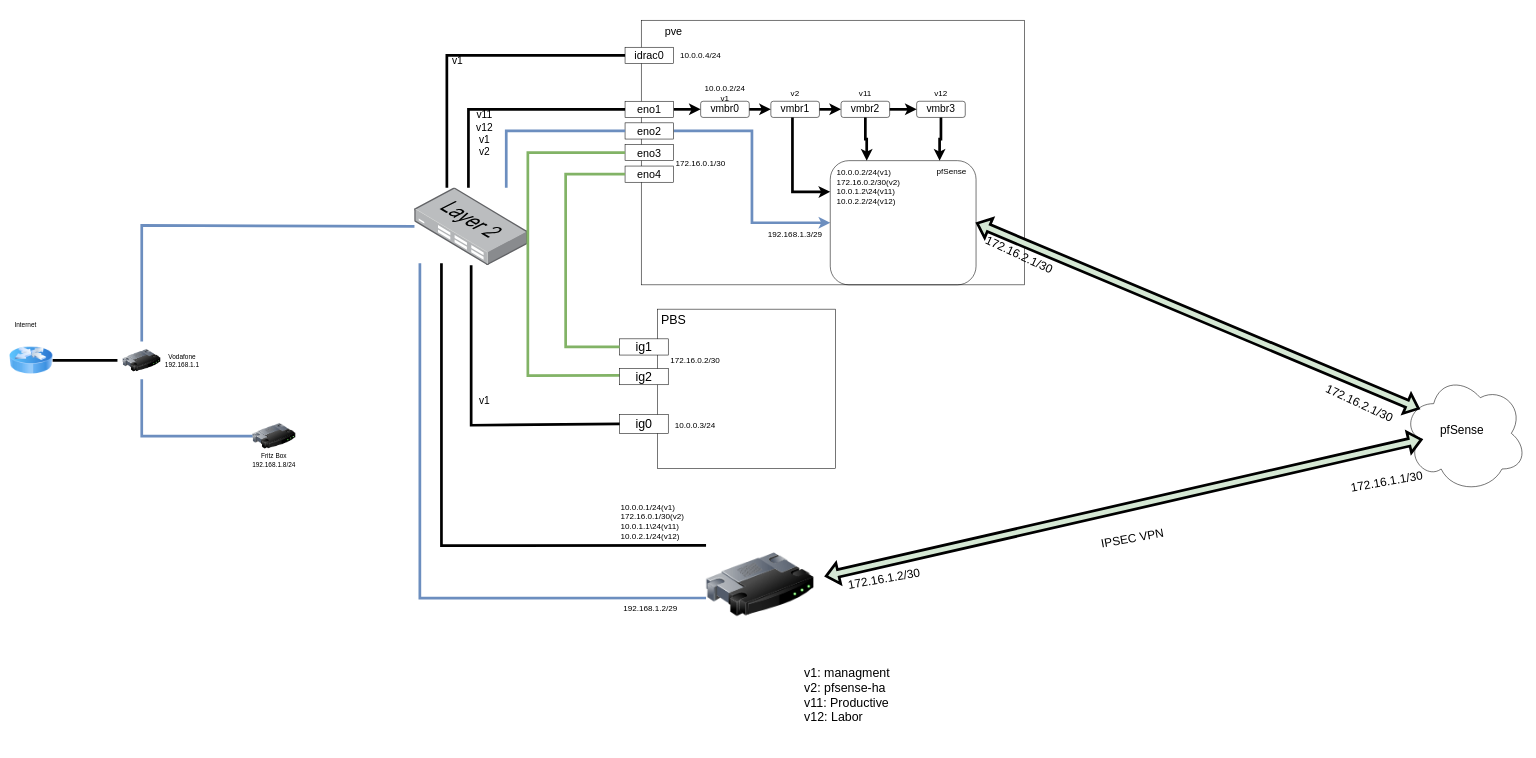
Before: Untitled Diagram.drawio in lucpfi/homelab, a draw.io diagram. Source tidied: cells renumbered, new cells numbered last; positions are measured from the earlier drawing's top-left corner, leaving out a move shared by most shapes. Both pictures are drawn from the tidied source at 54%, with x=0, y=0 at pixel (9, 9).
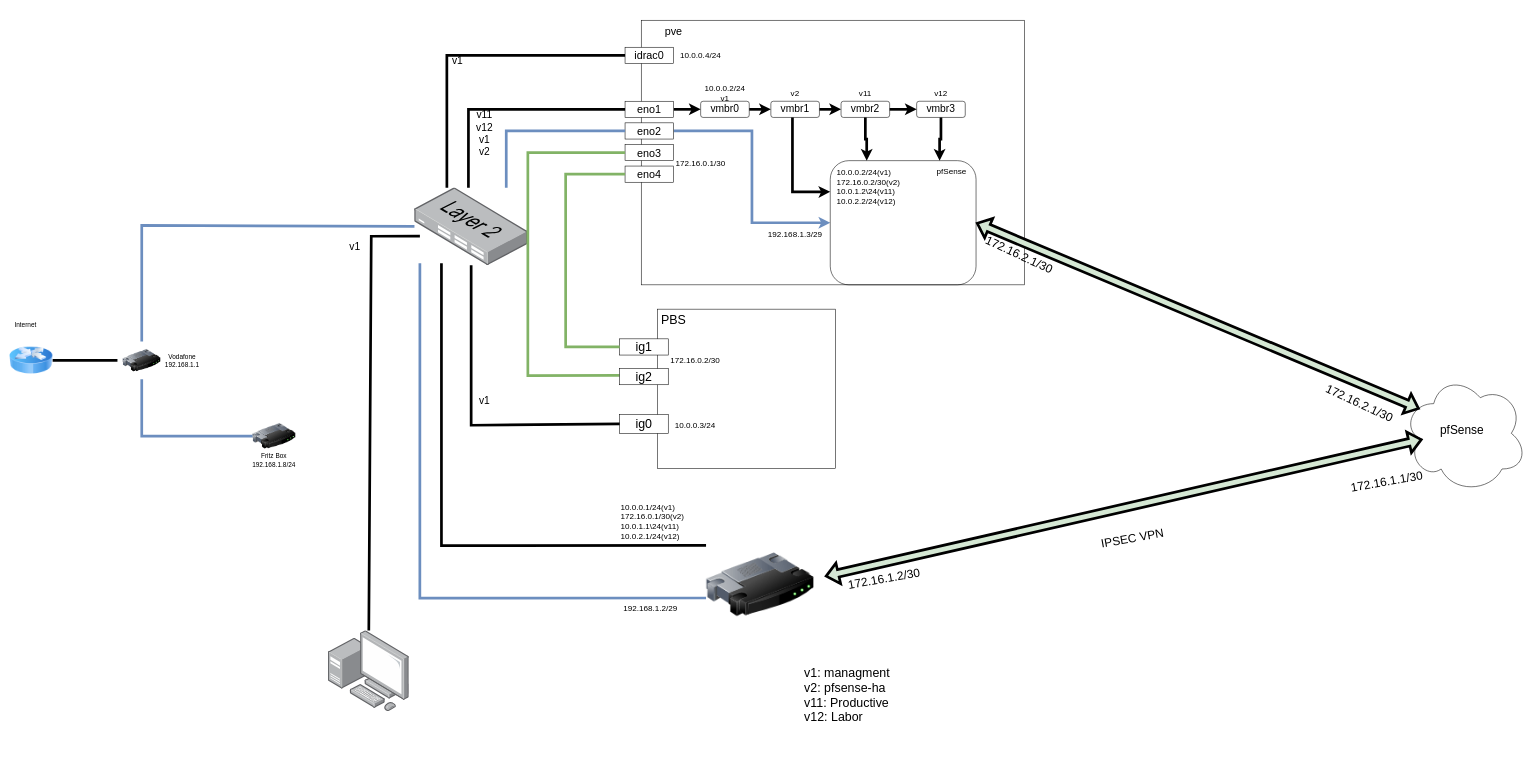
The same diagram, later.

Unchanged cells that the change refers to:
```xml
<mxCell id="12" style="points=[];html=1;align=center;shadow=0;dashed=0;image;image=img/lib/allied_telesis/switch/Switch_24_port_L2.svg;fontSize=20;" parent="1" vertex="1">
  <mxGeometry x="750" y="330" width="210" height="143.9" as="geometry" />
</mxCell>
```

Diff of the diagram source:
```diff
@@
+    <mxCell id="72" style="points=[];html=1;align=center;shadow=0;dashed=0;image;image=img/lib/allied_telesis/computer_and_terminals/Personal_Computer_with_Server.svg;rounded=0;fontFamily=Helvetica;fontSize=22;fontColor=default;fillColor=none;gradientColor=none;" parent="1" vertex="1">
+      <mxGeometry x="590" y="1150" width="150" height="150" as="geometry" />
+    </mxCell>
+    <mxCell id="73" style="endArrow=none;html=1;rounded=0;fontFamily=Helvetica;fontSize=22;fontColor=default;startSize=8;endSize=8;strokeWidth=5;fillColor=#D5E8D4;exitX=0.048;exitY=0.625;exitDx=0;exitDy=0;exitPerimeter=0;" parent="1" edge="1" source="12" target="72">
+      <mxGeometry relative="1" as="geometry">
+        <Array as="points">
+          <mxPoint x="670" y="420" />
+        </Array>
+      </mxGeometry>
+    </mxCell>
+    <mxCell id="74" value="v1" style="text;html=1;strokeColor=none;fillColor=none;align=center;verticalAlign=middle;whiteSpace=wrap;rounded=0;fontFamily=Helvetica;fontSize=19;fontColor=default;" parent="1" vertex="1">
+      <mxGeometry x="610" y="420" width="60" height="40" as="geometry" />
+    </mxCell>
```
